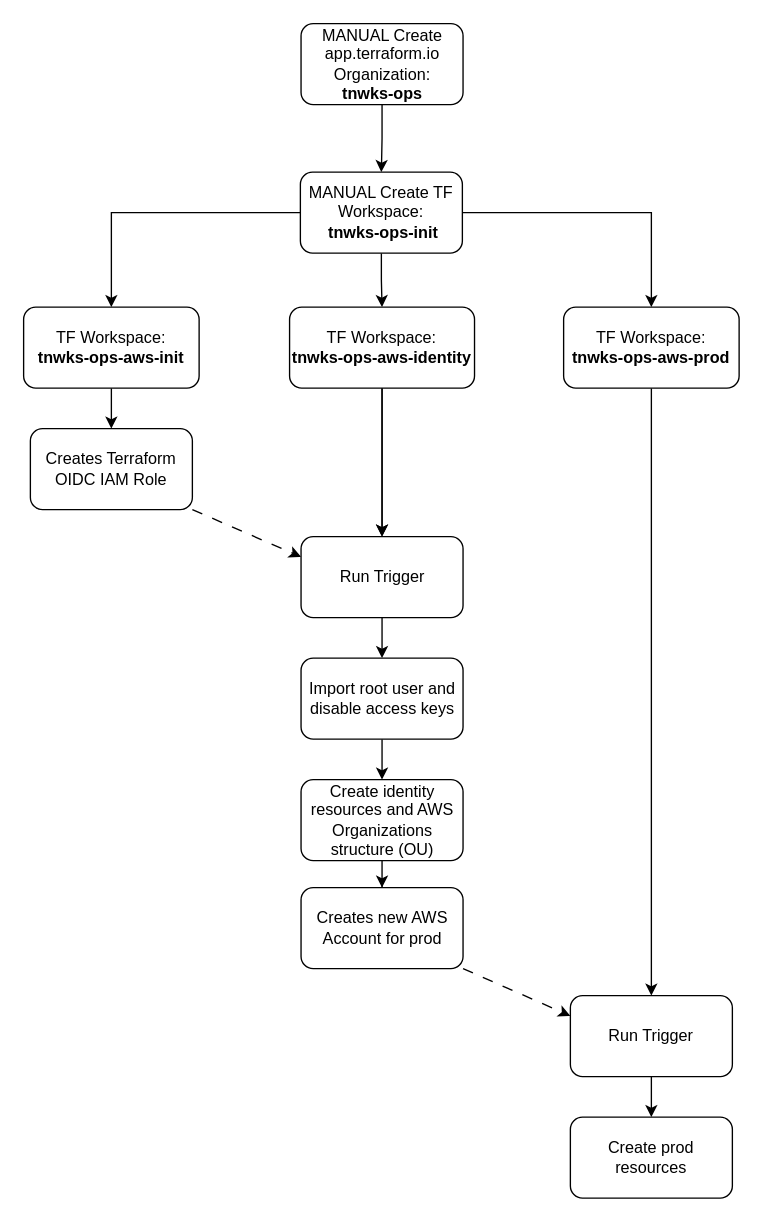
This is docs/diagrams/tnwks-ops-tfcloud-flow.drawio from iT3E/tnwks-ops, a draw.io file, before an edit. Source tidied: cells renumbered, new cells numbered last; positions are measured from the earlier drawing's top-left corner, leaving out a move shared by most shapes. Both pictures are drawn from the tidied source at 135%, with x=0, y=0 at pixel (23, 23).
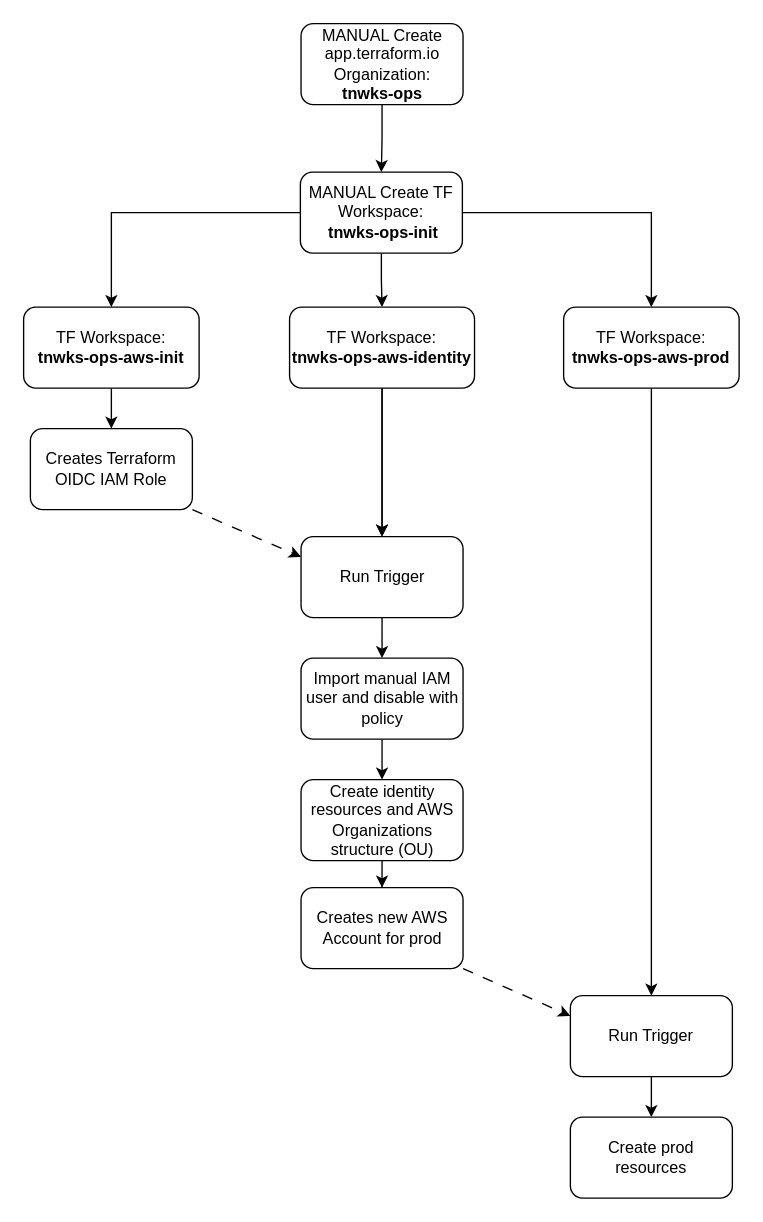
Above is the later version.

What changed in the source:
```diff
@@
-    <mxCell id="20" value="Import root user and disable access keys" style="whiteSpace=wrap;html=1;rounded=1;" parent="1" vertex="1">
+    <mxCell id="20" value="Import manual IAM user and disable with policy" style="whiteSpace=wrap;html=1;rounded=1;" parent="1" vertex="1">
       <mxGeometry x="205.5" y="470" width="120" height="60" as="geometry" />
     </mxCell>
```
